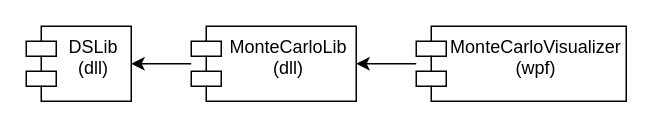
Earlier version of the draw.io diagram doc/uml/modules_sp1.drawio (david-kucera/DS). Source tidied: cells renumbered, new cells numbered last; positions are measured from the earlier drawing's top-left corner, leaving out a move shared by most shapes. Both pictures are drawn from the tidied source at 150%, with x=0, y=0 at pixel (26, 26).
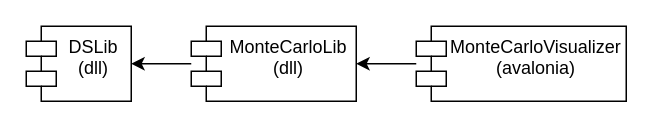
The same page after the edit.

The edit, as a diff of the source:
```diff
@@
 <mxGraphModel>
   <root>
     <mxCell id="0" />
     <mxCell id="1" parent="0" />
     <mxCell id="2" value="DSLib&lt;div&gt;(dll)&lt;/div&gt;" style="shape=module;align=left;spacingLeft=20;align=center;verticalAlign=top;whiteSpace=wrap;html=1;" parent="1" vertex="1">
       <mxGeometry width="70" height="50" as="geometry" />
     </mxCell>
     <mxCell id="3" style="edgeStyle=orthogonalEdgeStyle;rounded=0;jettySize=auto;html=1;" parent="1" edge="1" source="4" target="2">
       <mxGeometry relative="1" as="geometry" />
     </mxCell>
     <mxCell id="4" value="MonteCarloLib&lt;div&gt;(dll&lt;span style=&quot;background-color: transparent; color: light-dark(rgb(0, 0, 0), rgb(255, 255, 255));&quot;&gt;)&lt;/span&gt;&lt;/div&gt;" style="shape=module;align=left;spacingLeft=20;align=center;verticalAlign=top;whiteSpace=wrap;html=1;" parent="1" vertex="1">
       <mxGeometry x="110" width="110" height="50" as="geometry" />
     </mxCell>
     <mxCell id="5" style="edgeStyle=orthogonalEdgeStyle;rounded=0;jettySize=auto;html=1;" parent="1" edge="1" source="6" target="4">
       <mxGeometry relative="1" as="geometry" />
     </mxCell>
-    <mxCell id="6" value="MonteCarloVisualizer&lt;div&gt;(wpf)&lt;/div&gt;" style="shape=module;align=left;spacingLeft=20;align=center;verticalAlign=top;whiteSpace=wrap;html=1;" parent="1" vertex="1">
+    <mxCell id="6" value="MonteCarloVisualizer&lt;div&gt;(avalonia)&lt;/div&gt;" style="shape=module;align=left;spacingLeft=20;align=center;verticalAlign=top;whiteSpace=wrap;html=1;" parent="1" vertex="1">
       <mxGeometry x="260" width="140" height="50" as="geometry" />
     </mxCell>
   </root>
 </mxGraphModel>
```
